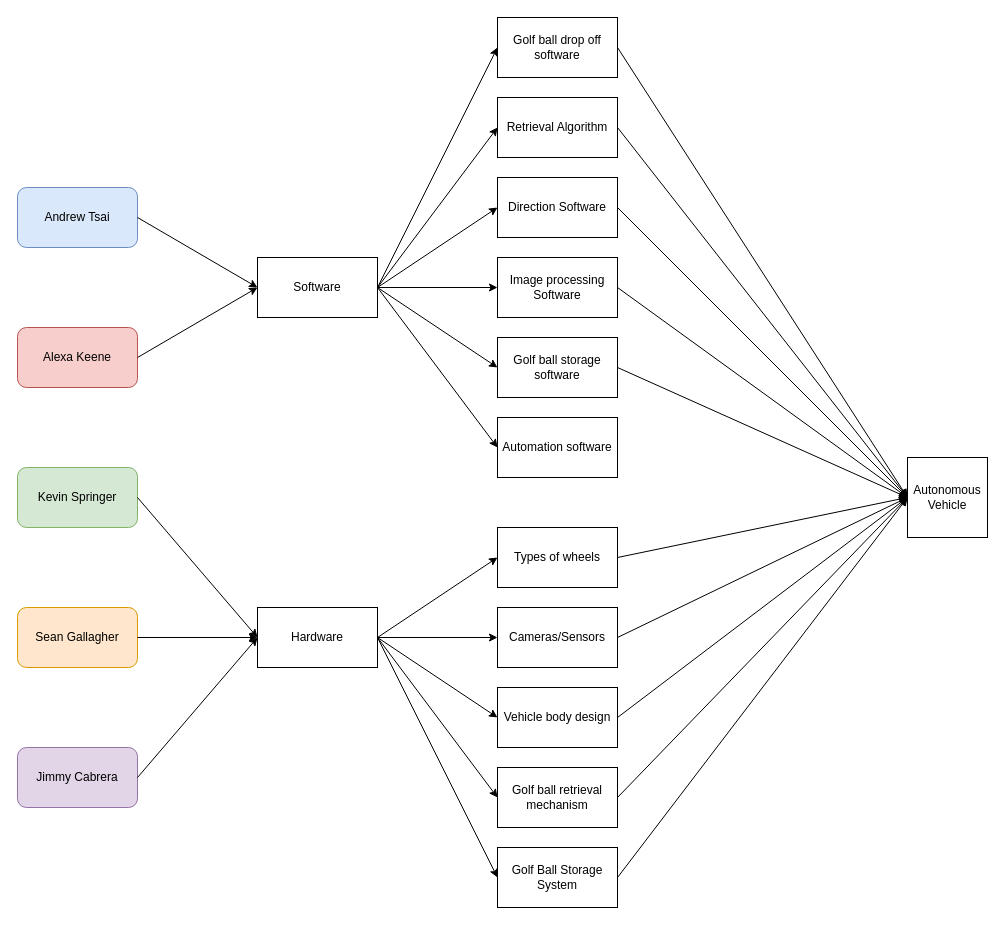
Earlier version of the draw.io diagram Diagrams/GBS&R_Block_diagram.drawio (Andrew13560/Golf-Ball-Search-and-Rescue). Source tidied: cells renumbered, new cells numbered last; positions are measured from the earlier drawing's top-left corner, leaving out a move shared by most shapes. Both pictures are drawn from the tidied source at 100%, with x=0, y=0 at pixel (17, 17).
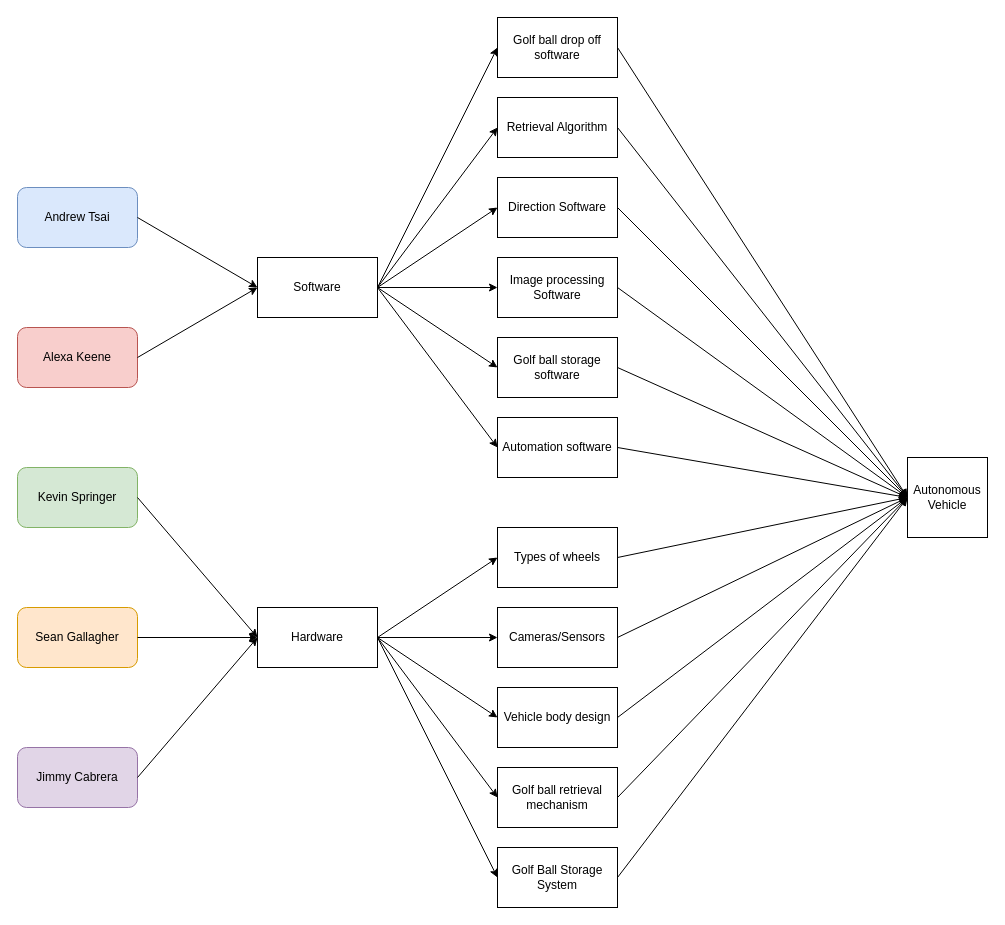
The same diagram, later.

The change refers to these unchanged cells:
```xml
<mxCell id="25" value="Automation software" style="rounded=0;whiteSpace=wrap;html=1;" parent="1" vertex="1">
  <mxGeometry x="480" y="400" width="120" height="60" as="geometry" />
</mxCell>
```

Change to the diagram source:
```diff
@@
+    <mxCell id="47" style="endArrow=classic;html=1;exitX=1;exitY=0.5;exitDx=0;exitDy=0;" parent="1" edge="1" source="25">
+      <mxGeometry relative="1" as="geometry">
+        <mxPoint x="890" y="480" as="targetPoint" />
+      </mxGeometry>
+    </mxCell>
```
